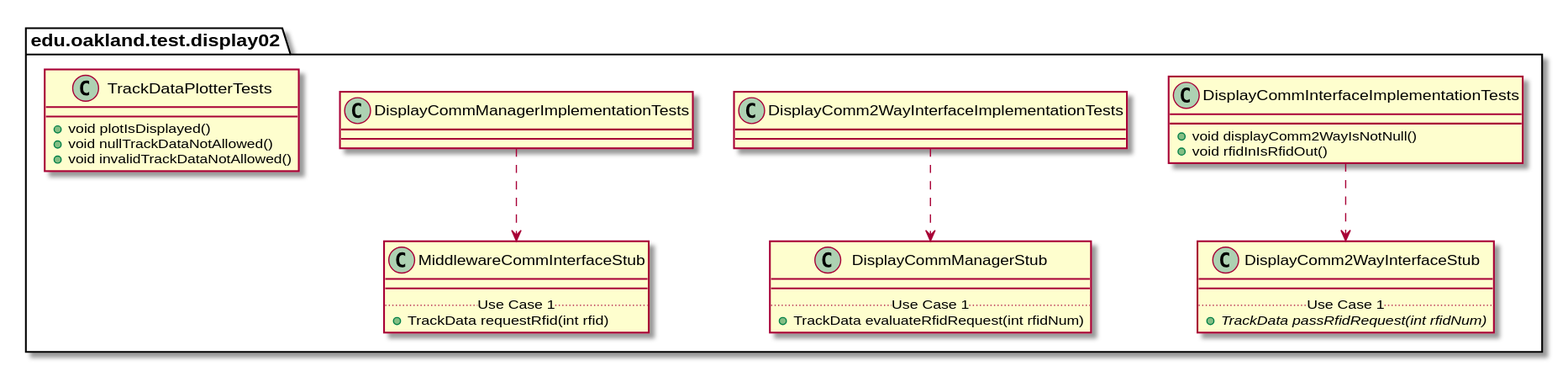
The PlantUML diagram docs/uml-class-diagrams/display02/test/Display02TestPackage_InternalDependencies.svg in casher-ou/csi-3370-software-project, before a commit.
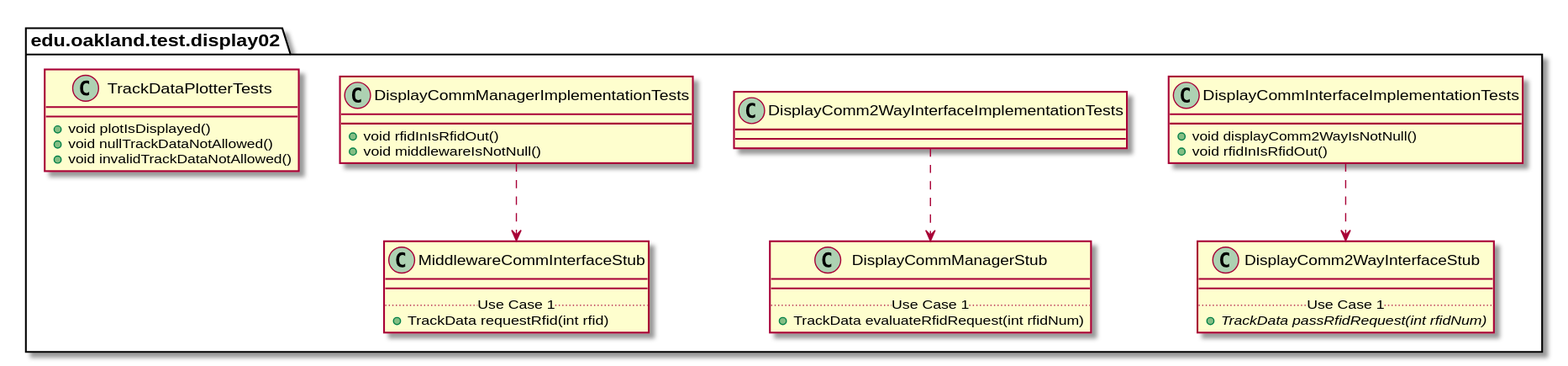
The same file after the commit.

Diff of the diagram source:
```diff
@@ -45,7 +45,8 @@
 
 package edu.oakland.test.display02 {
     class DisplayCommManagerImplementationTests {
-
+        + void rfidInIsRfidOut()
+        + void middlewareIsNotNull()
     }
 }
 
```
